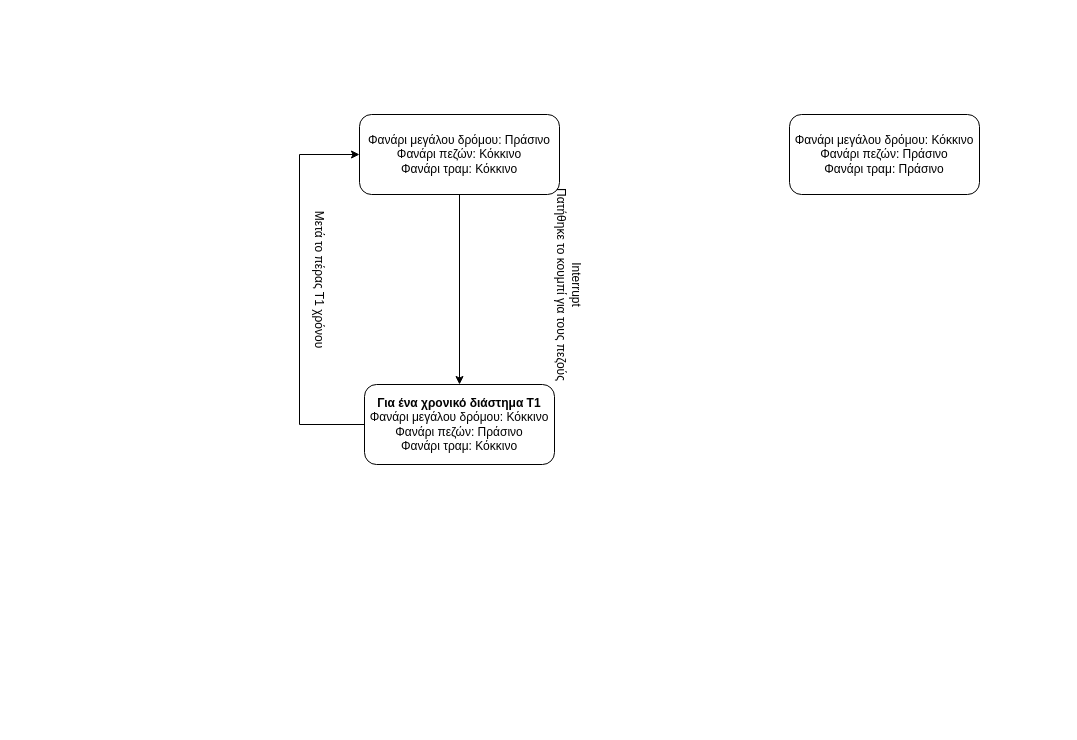
Before: FlowChart1.drawio in CPP-Bot-78/Erg-Micro-Proc-II, a draw.io diagram. Source tidied: cells renumbered, new cells numbered last; positions are measured from the earlier drawing's top-left corner, leaving out a move shared by most shapes. Both pictures are drawn from the tidied source at 100%, with x=0, y=0 at pixel (239, 114).
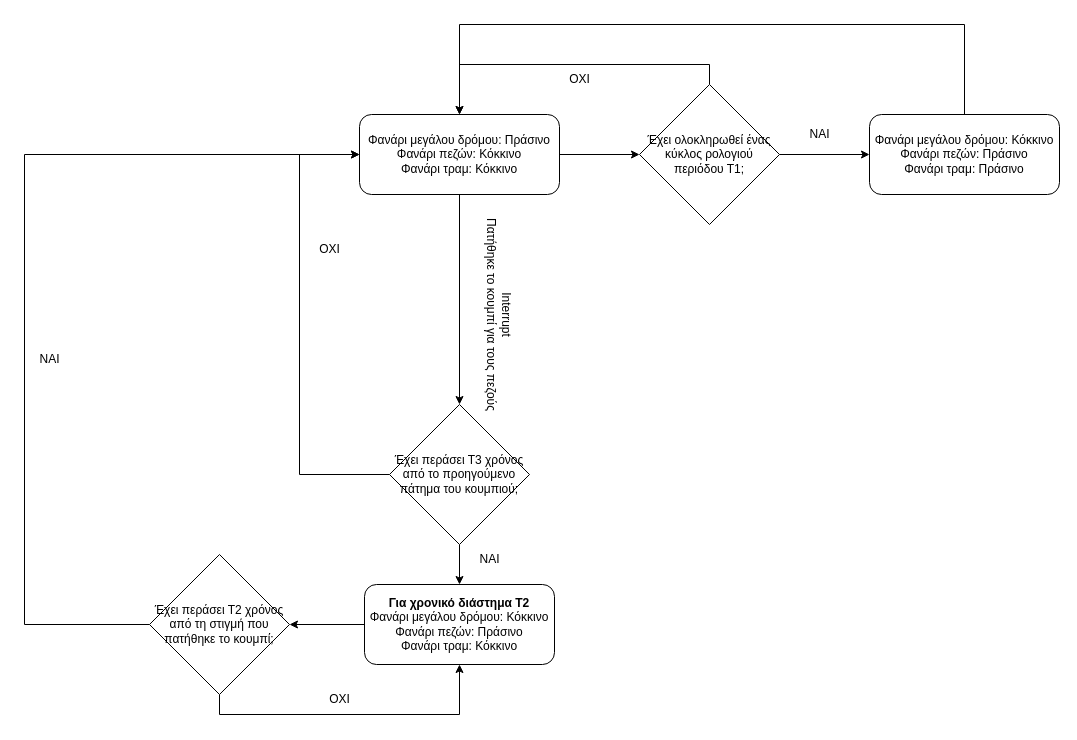
The same page after the edit.

Unchanged cells that the change refers to:
```xml
<mxCell id="3" value="&lt;div&gt;Φανάρι μεγάλου δρόμου: Πράσινο&lt;/div&gt;&lt;div&gt;Φανάρι πεζών: Κόκκινο&lt;/div&gt;&lt;div&gt;Φανάρι τραμ: Κόκκινο&lt;br&gt;&lt;/div&gt;" style="rounded=1;whiteSpace=wrap;html=1;fontSize=12;glass=0;strokeWidth=1;shadow=0;" parent="1" vertex="1">
  <mxGeometry x="120" width="200" height="80" as="geometry" />
</mxCell>
```

The edit, as a diff of the source:
```diff
@@
-    <mxCell id="2" style="edgeStyle=orthogonalEdgeStyle;rounded=0;jettySize=auto;html=1;entryX=0.5;entryY=0;entryDx=0;entryDy=0;" parent="1" edge="1" source="3" target="5">
-      <mxGeometry relative="1" as="geometry" />
-    </mxCell>
+    <mxCell id="9" style="edgeStyle=orthogonalEdgeStyle;rounded=0;jettySize=auto;html=1;exitX=0.5;exitY=1;exitDx=0;exitDy=0;entryX=0.5;entryY=0;entryDx=0;entryDy=0;" parent="1" edge="1" source="3" target="16">
+      <mxGeometry relative="1" as="geometry" />
+    </mxCell>
+    <mxCell id="10" style="edgeStyle=orthogonalEdgeStyle;rounded=0;jettySize=auto;html=1;entryX=0;entryY=0.5;entryDx=0;entryDy=0;" parent="1" edge="1" source="3" target="25">
+      <mxGeometry relative="1" as="geometry" />
+    </mxCell>
@@
-    <mxCell id="4" style="edgeStyle=orthogonalEdgeStyle;rounded=0;jettySize=auto;html=1;entryX=0;entryY=0.5;entryDx=0;entryDy=0;" parent="1" edge="1" source="5" target="3">
-      <mxGeometry relative="1" as="geometry">
-        <Array as="points">
-          <mxPoint x="60" y="310" />
-          <mxPoint x="60" y="40" />
-        </Array>
-      </mxGeometry>
-    </mxCell>
+    <mxCell id="11" style="edgeStyle=orthogonalEdgeStyle;rounded=0;jettySize=auto;html=1;entryX=1;entryY=0.5;entryDx=0;entryDy=0;" parent="1" edge="1" source="5" target="20">
+      <mxGeometry relative="1" as="geometry" />
+    </mxCell>
-    <mxCell id="5" value="&lt;div&gt;&lt;b&gt;Για ένα χρονικό διάστημα Τ1&lt;/b&gt;&lt;br&gt;&lt;/div&gt;&lt;div&gt;Φανάρι μεγάλου δρόμου: Κόκκινο&lt;/div&gt;&lt;div&gt;Φανάρι πεζών: Πράσινο&lt;br&gt;&lt;/div&gt;&lt;div&gt;Φανάρι τραμ: Κόκκινο&lt;br&gt;&lt;/div&gt;" style="rounded=1;whiteSpace=wrap;html=1;fontSize=12;glass=0;strokeWidth=1;shadow=0;" parent="1" vertex="1">
-      <mxGeometry x="125" y="270" width="190" height="80" as="geometry" />
+    <mxCell id="5" value="&lt;div&gt;&lt;b&gt;Για χρονικό διάστημα Τ2&lt;/b&gt;&lt;br&gt;&lt;/div&gt;&lt;div&gt;Φανάρι μεγάλου δρόμου: Κόκκινο&lt;/div&gt;&lt;div&gt;Φανάρι πεζών: Πράσινο&lt;br&gt;&lt;/div&gt;&lt;div&gt;Φανάρι τραμ: Κόκκινο&lt;br&gt;&lt;/div&gt;" style="rounded=1;whiteSpace=wrap;html=1;fontSize=12;glass=0;strokeWidth=1;shadow=0;" parent="1" vertex="1">
+      <mxGeometry x="125" y="470" width="190" height="80" as="geometry" />
     </mxCell>
+    <mxCell id="12" style="edgeStyle=orthogonalEdgeStyle;rounded=0;jettySize=auto;html=1;" parent="1" edge="1" source="6" target="3">
+      <mxGeometry relative="1" as="geometry">
+        <Array as="points">
+          <mxPoint x="725" y="-90" />
+          <mxPoint x="220" y="-90" />
+        </Array>
+      </mxGeometry>
+    </mxCell>
     <mxCell id="6" value="&lt;div&gt;Φανάρι μεγάλου δρόμου: Κόκκινο&lt;/div&gt;&lt;div&gt;Φανάρι πεζών: Πράσινο&lt;/div&gt;&lt;div&gt;Φανάρι τραμ: Πράσινο&lt;br&gt;&lt;/div&gt;" style="rounded=1;whiteSpace=wrap;html=1;fontSize=12;glass=0;strokeWidth=1;shadow=0;" parent="1" vertex="1">
-      <mxGeometry x="550" width="190" height="80" as="geometry" />
+      <mxGeometry x="630" width="190" height="80" as="geometry" />
     </mxCell>
     <mxCell id="7" value="&lt;div&gt;Interrupt&lt;/div&gt;&lt;div&gt;Πατήθηκε το κουμπί για τους πεζούς&lt;br&gt;&lt;/div&gt;" style="text;html=1;align=center;verticalAlign=middle;strokeColor=none;fillColor=none;rotation=90;" parent="1" vertex="1">
-      <mxGeometry x="220" y="150" width="220" height="40" as="geometry" />
+      <mxGeometry x="150" y="180" width="220" height="40" as="geometry" />
     </mxCell>
-    <mxCell id="8" value="Μετά το πέρας Τ1 χρόνου" style="text;html=1;align=center;verticalAlign=middle;strokeColor=none;fillColor=none;rotation=90;" parent="1" vertex="1">
-      <mxGeometry y="150" width="160" height="30" as="geometry" />
-    </mxCell>
+    <mxCell id="13" style="edgeStyle=orthogonalEdgeStyle;rounded=0;jettySize=auto;html=1;exitX=0;exitY=0.5;exitDx=0;exitDy=0;entryX=0;entryY=0.5;entryDx=0;entryDy=0;" parent="1" edge="1" source="20" target="3">
+      <mxGeometry relative="1" as="geometry">
+        <Array as="points">
+          <mxPoint x="-215" y="510" />
+          <mxPoint x="-215" y="40" />
+        </Array>
+      </mxGeometry>
+    </mxCell>
+    <mxCell id="14" style="edgeStyle=orthogonalEdgeStyle;rounded=0;jettySize=auto;html=1;entryX=0.5;entryY=0;entryDx=0;entryDy=0;" parent="1" edge="1" source="16" target="5">
+      <mxGeometry relative="1" as="geometry" />
+    </mxCell>
+    <mxCell id="15" style="edgeStyle=orthogonalEdgeStyle;rounded=0;jettySize=auto;html=1;entryX=0;entryY=0.5;entryDx=0;entryDy=0;" parent="1" edge="1" source="16" target="3">
+      <mxGeometry relative="1" as="geometry">
+        <Array as="points">
+          <mxPoint x="60" y="360" />
+          <mxPoint x="60" y="40" />
+        </Array>
+      </mxGeometry>
+    </mxCell>
+    <mxCell id="16" value="Έχει περάσει Τ3 χρόνος από το προηγούμενο πάτημα του κουμπιού;" style="rhombus;whiteSpace=wrap;html=1;" parent="1" vertex="1">
+      <mxGeometry x="150" y="290" width="140" height="140" as="geometry" />
+    </mxCell>
+    <mxCell id="17" value="ΝΑΙ" style="text;html=1;align=center;verticalAlign=middle;strokeColor=none;fillColor=none;" parent="1" vertex="1">
+      <mxGeometry x="230" y="430" width="40" height="30" as="geometry" />
+    </mxCell>
+    <mxCell id="18" value="ΟΧΙ" style="text;html=1;align=center;verticalAlign=middle;strokeColor=none;fillColor=none;" parent="1" vertex="1">
+      <mxGeometry x="70" y="120" width="40" height="30" as="geometry" />
+    </mxCell>
+    <mxCell id="19" style="edgeStyle=orthogonalEdgeStyle;rounded=0;jettySize=auto;html=1;exitX=0.5;exitY=1;exitDx=0;exitDy=0;entryX=0.5;entryY=1;entryDx=0;entryDy=0;" parent="1" edge="1" source="20" target="5">
+      <mxGeometry relative="1" as="geometry" />
+    </mxCell>
+    <mxCell id="20" value="Έχει περάσει Τ2 χρόνος από τη στιγμή που πατήθηκε το κουμπί;" style="rhombus;whiteSpace=wrap;html=1;" parent="1" vertex="1">
+      <mxGeometry x="-90" y="440" width="140" height="140" as="geometry" />
+    </mxCell>
+    <mxCell id="21" value="ΟΧΙ" style="text;html=1;align=center;verticalAlign=middle;strokeColor=none;fillColor=none;" parent="1" vertex="1">
+      <mxGeometry x="80" y="570" width="40" height="30" as="geometry" />
+    </mxCell>
+    <mxCell id="22" value="ΝΑΙ" style="text;html=1;align=center;verticalAlign=middle;strokeColor=none;fillColor=none;" parent="1" vertex="1">
+      <mxGeometry x="-210" y="230" width="40" height="30" as="geometry" />
+    </mxCell>
+    <mxCell id="23" style="edgeStyle=orthogonalEdgeStyle;rounded=0;jettySize=auto;html=1;exitX=1;exitY=0.5;exitDx=0;exitDy=0;entryX=0;entryY=0.5;entryDx=0;entryDy=0;" parent="1" edge="1" source="25" target="6">
+      <mxGeometry relative="1" as="geometry" />
+    </mxCell>
+    <mxCell id="24" style="edgeStyle=orthogonalEdgeStyle;rounded=0;jettySize=auto;html=1;entryX=0.5;entryY=0;entryDx=0;entryDy=0;" parent="1" edge="1" source="25" target="3">
+      <mxGeometry relative="1" as="geometry">
+        <Array as="points">
+          <mxPoint x="470" y="-50" />
+          <mxPoint x="220" y="-50" />
+        </Array>
+      </mxGeometry>
+    </mxCell>
+    <mxCell id="25" value="Έχει ολοκληρωθεί ένας κύκλος ρολογιού περιόδου Τ1;" style="rhombus;whiteSpace=wrap;html=1;" parent="1" vertex="1">
+      <mxGeometry x="400" y="-30" width="140" height="140" as="geometry" />
+    </mxCell>
+    <mxCell id="26" value="ΟΧΙ" style="text;html=1;align=center;verticalAlign=middle;strokeColor=none;fillColor=none;" parent="1" vertex="1">
+      <mxGeometry x="320" y="-50" width="40" height="30" as="geometry" />
+    </mxCell>
+    <mxCell id="27" value="ΝΑΙ" style="text;html=1;align=center;verticalAlign=middle;strokeColor=none;fillColor=none;" parent="1" vertex="1">
+      <mxGeometry x="560" y="5" width="40" height="30" as="geometry" />
+    </mxCell>
```
